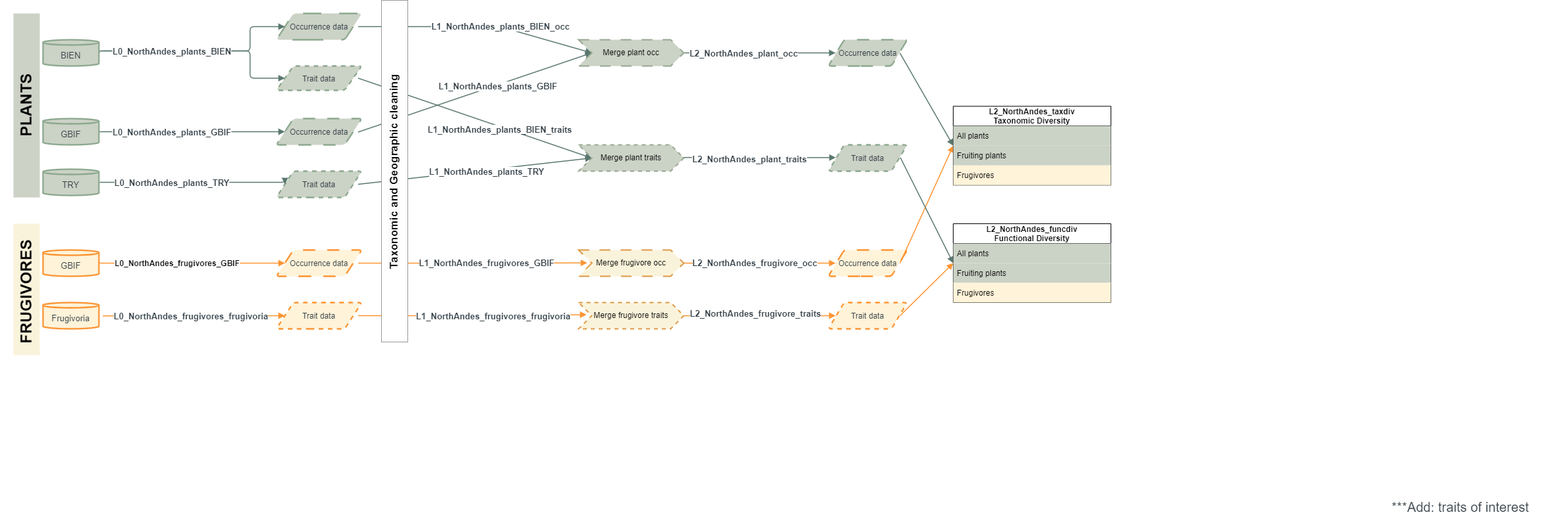
The draw.io diagram Workflow_diversity_plants_frugivores.drawio.png in bioXgeo/neotropical_plants, before a commit. Source tidied: cells renumbered, new cells last; positions are measured from the earlier drawing's top-left corner, leaving out a move shared by most shapes.
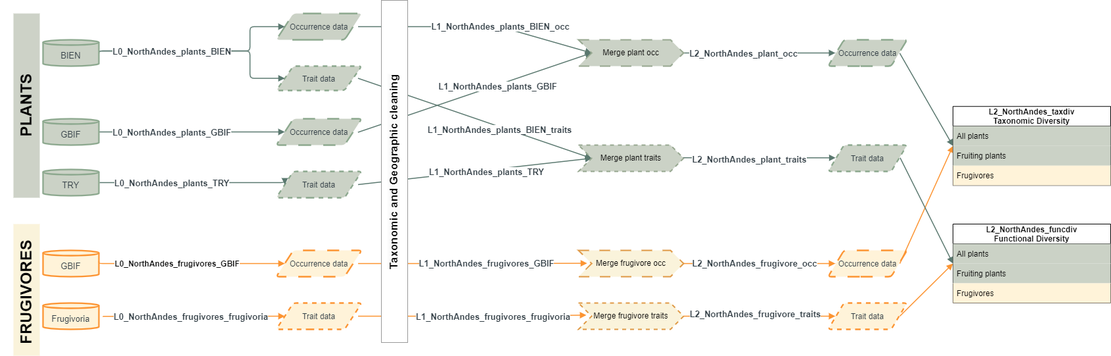
Above is the later version.

Diff of the diagram source:
```diff
@@ -8,9 +8,6 @@
     <mxCell id="3" style="rounded=0;whiteSpace=wrap;html=1;fillColor=#cdd2c7;strokeColor=none;" parent="1" vertex="1">
       <mxGeometry x="45" y="20" width="40" height="280" as="geometry" />
     </mxCell>
-    <mxCell id="4" value="***Add: traits of interest" style="html=1;overflow=block;blockSpacing=1;whiteSpace=wrap;fontSize=20.2;fontColor=#323e45;spacing=0;fillColor=#ffffff;strokeWidth=1.5;strokeColor=none;" parent="1" vertex="1">
-      <mxGeometry x="2085" y="749" width="324" height="45" as="geometry" />
-    </mxCell>
     <mxCell id="5" value="&lt;font style=&quot;font-size: 12px;&quot;&gt;Occurrence data&lt;/font&gt;" style="html=1;overflow=block;blockSpacing=1;whiteSpace=wrap;shape=parallelogram;perimeter=parallelogramPerimeter;anchorPointDirection=0;fontSize=16.7;fontColor=#323e45;spacing=3.8;strokeColor=#8ca88e;strokeOpacity=100;rounded=1;absoluteArcSize=1;arcSize=9;fillColor=#CBD2C6;strokeWidth=2.3;dashed=1;dashPattern=12 12;" parent="1" vertex="1">
       <mxGeometry x="445" y="20" width="130" height="40" as="geometry" />
     </mxCell>
```
